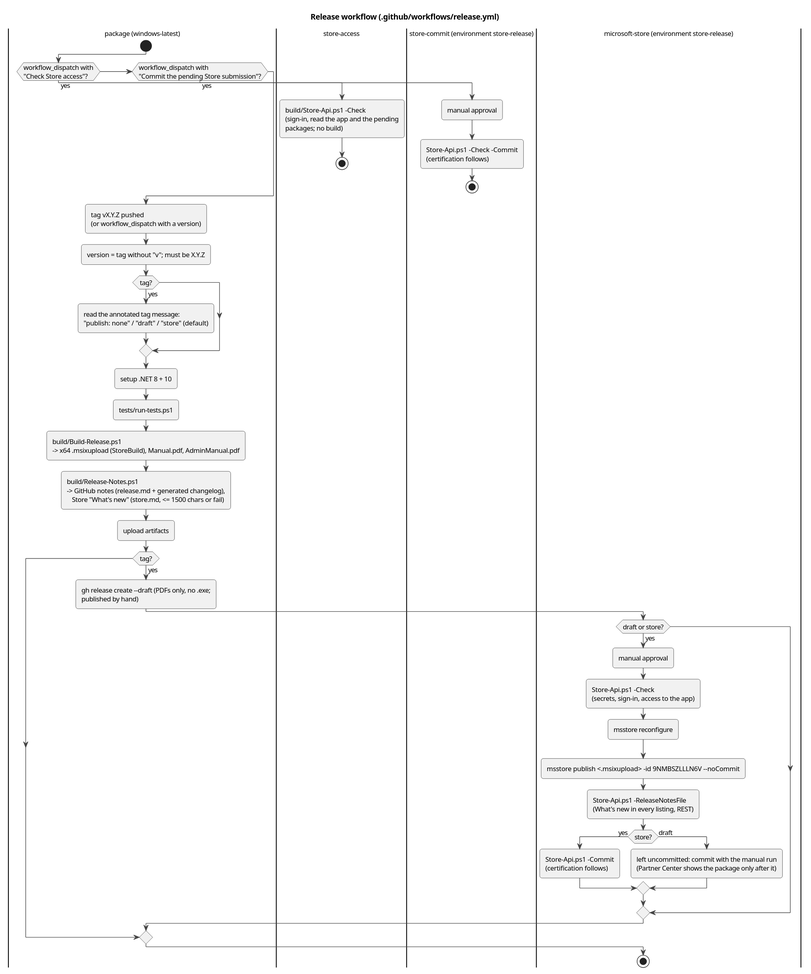
halatsWol/TextTemplateManager-v2 keeps this PlantUML diagram as docs/architecture/diagrams/act-release.svg. Above is the earlier version.
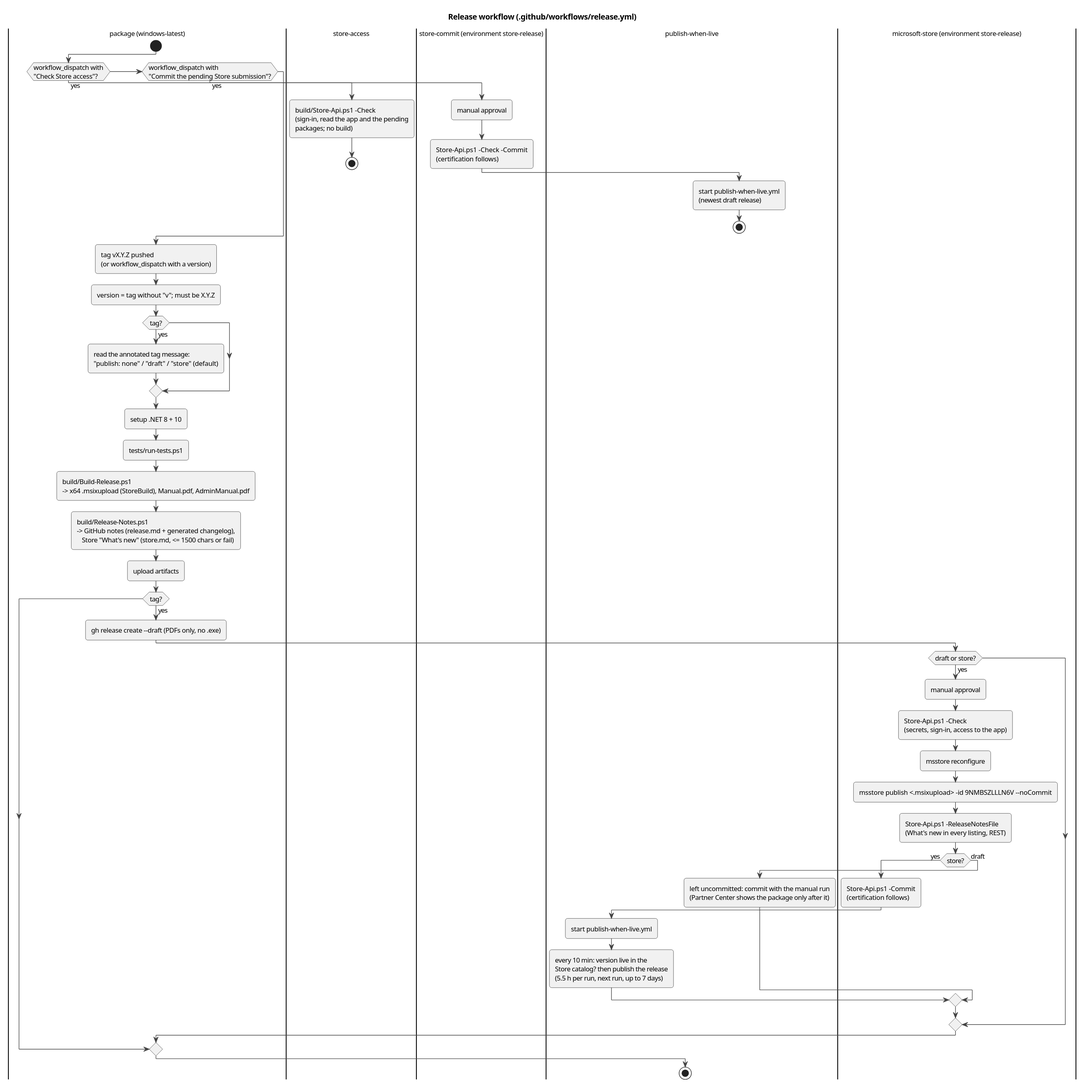
Above is the later version.

Commit message:
release: publish the draft GitHub release once the Store has the version live (watcher workflow)

What changed in the source:
```diff
@@ -12,6 +12,8 @@
   |store-commit (environment store-release)|
   :manual approval;
   :Store-Api.ps1 -Check -Commit\n(certification follows);
+  |publish-when-live|
+  :start publish-when-live.yml\n(newest draft release);
   stop
 endif
 |package (windows-latest)|
@@ -26,7 +28,7 @@
 :build/Release-Notes.ps1\n-> GitHub notes (release.md + generated changelog),\n   Store "What's new" (store.md, <= 1500 chars or fail);
 :upload artifacts;
 if (tag?) then (yes)
-  :gh release create --draft (PDFs only, no .exe;\npublished by hand);
+  :gh release create --draft (PDFs only, no .exe);
   |microsoft-store (environment store-release)|
   if (draft or store?) then (yes)
     :manual approval;
@@ -36,6 +38,9 @@
     :Store-Api.ps1 -ReleaseNotesFile\n(What's new in every listing, REST);
     if (store?) then (yes)
       :Store-Api.ps1 -Commit\n(certification follows);
+      |publish-when-live|
+      :start publish-when-live.yml;
+      :every 10 min: version live in the\nStore catalog? then publish the release\n(5.5 h per run, next run, up to 7 days);
     else (draft)
       :left uncommitted: commit with the manual run\n(Partner Center shows the package only after it);
     endif
```
